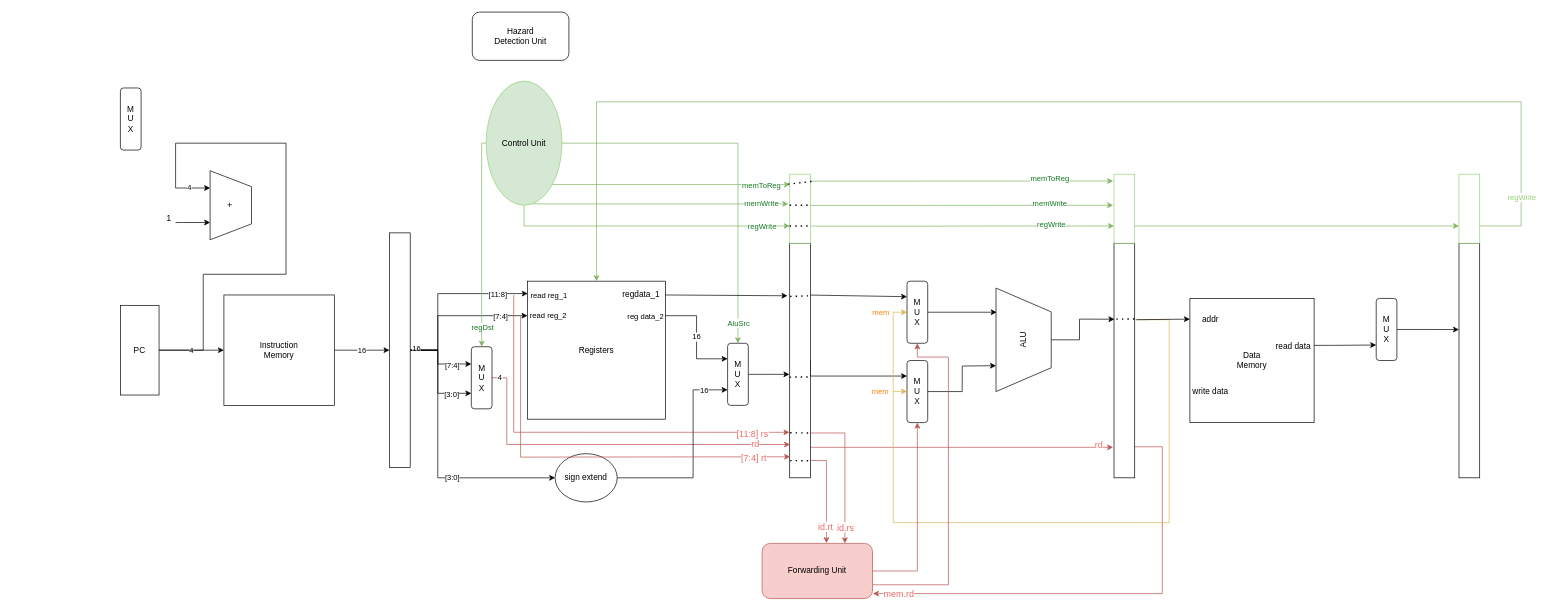
The draw.io diagram Untitled Diagram.drawio in PeitingXie/COMP3211-project, before the edit. Source tidied: cells renumbered, new cells numbered last; positions are measured from the earlier drawing's top-left corner, leaving out a move shared by most shapes. Both pictures are drawn from the tidied source at 69%, with x=0, y=0 at pixel (120, 12).
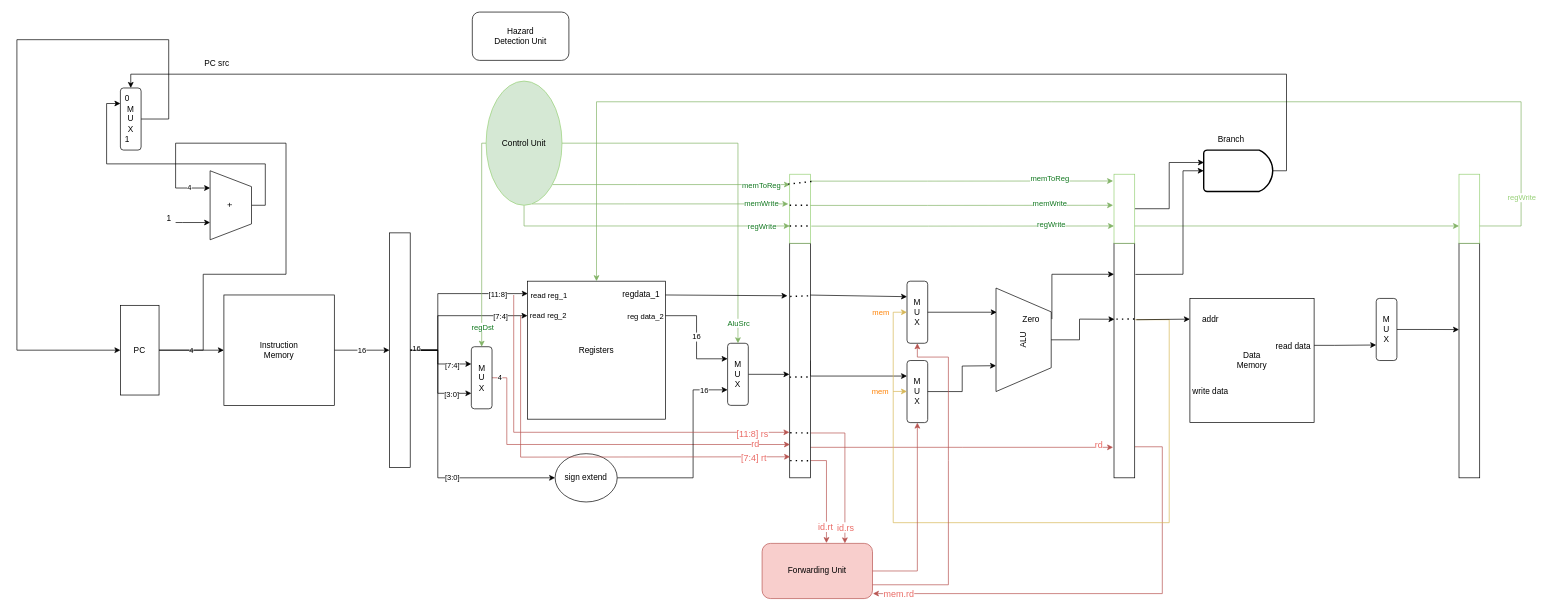
The same diagram, later.

Unchanged cells that the change refers to:
```xml
<mxCell id="7" value="PC" style="rounded=0;whiteSpace=wrap;html=1;" parent="1" vertex="1">
  <mxGeometry y="425" width="56" height="130" as="geometry" />
</mxCell>
<mxCell id="35" value="+" style="verticalLabelPosition=middle;verticalAlign=middle;html=1;shape=trapezoid;perimeter=trapezoidPerimeter;whiteSpace=wrap;size=0.23;arcSize=10;flipV=1;labelPosition=center;align=center;rotation=-90;" parent="1" vertex="1">
  <mxGeometry x="110" y="250" width="100" height="60" as="geometry" />
</mxCell>
<mxCell id="43" style="rounded=0;whiteSpace=wrap;html=1;" parent="1" vertex="1">
  <mxGeometry x="1440" y="335" width="30" height="340" as="geometry" />
</mxCell>
<mxCell id="66" value="M&lt;br&gt;U&lt;br&gt;X" style="rounded=1;whiteSpace=wrap;html=1;" parent="1" vertex="1">
  <mxGeometry y="110" width="30" height="90" as="geometry" />
</mxCell>
<mxCell id="75" style="rounded=0;whiteSpace=wrap;html=1;shadow=0;fontColor=#11781F;strokeColor=#97D077;" parent="1" vertex="1">
  <mxGeometry x="1440" y="235" width="30" height="100" as="geometry" />
</mxCell>
```

Diff of the diagram source:
```diff
@@
+    <mxCell id="108" style="edgeStyle=orthogonalEdgeStyle;rounded=0;jettySize=auto;html=1;exitX=0.5;exitY=1;exitDx=0;exitDy=0;entryX=0;entryY=0.25;entryDx=0;entryDy=0;" parent="1" edge="1" source="35" target="66">
+      <mxGeometry relative="1" as="geometry">
+        <Array as="points">
+          <mxPoint x="210" y="280" />
+          <mxPoint x="210" y="220" />
+          <mxPoint x="-20" y="220" />
+          <mxPoint x="-20" y="132" />
+        </Array>
+      </mxGeometry>
+    </mxCell>
@@
+    <mxCell id="109" style="edgeStyle=orthogonalEdgeStyle;rounded=0;jettySize=auto;html=1;exitX=1;exitY=0.5;exitDx=0;exitDy=0;entryX=0;entryY=0.5;entryDx=0;entryDy=0;" parent="1" edge="1" source="66" target="7">
+      <mxGeometry relative="1" as="geometry">
+        <Array as="points">
+          <mxPoint x="70" y="155" />
+          <mxPoint x="70" y="40" />
+          <mxPoint x="-150" y="40" />
+          <mxPoint x="-150" y="490" />
+        </Array>
+      </mxGeometry>
+    </mxCell>
@@
+    <mxCell id="110" style="edgeStyle=orthogonalEdgeStyle;rounded=0;jettySize=auto;html=1;exitX=1;exitY=0.5;exitDx=0;exitDy=0;entryX=0.004;entryY=0.3;entryDx=0;entryDy=0;entryPerimeter=0;" parent="1" edge="1" source="75" target="112">
+      <mxGeometry relative="1" as="geometry" />
+    </mxCell>
@@
+    <mxCell id="111" style="edgeStyle=orthogonalEdgeStyle;rounded=0;jettySize=auto;html=1;exitX=1;exitY=0.5;exitDx=0;exitDy=0;exitPerimeter=0;entryX=0.5;entryY=0;entryDx=0;entryDy=0;" parent="1" edge="1" source="112" target="66">
+      <mxGeometry relative="1" as="geometry" />
+    </mxCell>
@@
+    <mxCell id="112" style="strokeWidth=2;html=1;shape=mxgraph.flowchart.delay;whiteSpace=wrap;" parent="1" vertex="1">
+      <mxGeometry x="1570" y="200" width="100" height="60" as="geometry" />
+    </mxCell>
+    <mxCell id="113" style="edgeStyle=orthogonalEdgeStyle;rounded=0;jettySize=auto;html=1;exitX=1;exitY=0.5;exitDx=0;exitDy=0;" parent="1" edge="1" source="114">
+      <mxGeometry relative="1" as="geometry">
+        <mxPoint x="1440" y="380" as="targetPoint" />
+        <Array as="points">
+          <mxPoint x="1350" y="380" />
+        </Array>
+      </mxGeometry>
+    </mxCell>
+    <mxCell id="114" value="Zero" style="text;html=1;strokeColor=none;fillColor=none;align=center;verticalAlign=middle;whiteSpace=wrap;rounded=0;" parent="1" vertex="1">
+      <mxGeometry x="1290" y="430" width="60" height="30" as="geometry" />
+    </mxCell>
+    <mxCell id="115" style="endArrow=classic;html=1;rounded=0;entryX=0;entryY=0.5;entryDx=0;entryDy=0;entryPerimeter=0;exitX=1.033;exitY=0.133;exitDx=0;exitDy=0;exitPerimeter=0;" parent="1" edge="1" source="43" target="112">
+      <mxGeometry relative="1" as="geometry">
+        <Array as="points">
+          <mxPoint x="1540" y="380" />
+          <mxPoint x="1540" y="230" />
+        </Array>
+      </mxGeometry>
+    </mxCell>
+    <mxCell id="116" value="1" style="text;html=1;strokeColor=none;fillColor=none;align=center;verticalAlign=middle;whiteSpace=wrap;rounded=0;" parent="1" vertex="1">
+      <mxGeometry x="-20" y="170" width="60" height="30" as="geometry" />
+    </mxCell>
+    <mxCell id="117" value="0" style="text;html=1;strokeColor=none;fillColor=none;align=center;verticalAlign=middle;whiteSpace=wrap;rounded=0;" parent="1" vertex="1">
+      <mxGeometry x="-20" y="110" width="60" height="30" as="geometry" />
+    </mxCell>
+    <mxCell id="118" value="Branch" style="text;html=1;strokeColor=none;fillColor=none;align=center;verticalAlign=middle;whiteSpace=wrap;rounded=0;" parent="1" vertex="1">
+      <mxGeometry x="1580" y="170" width="60" height="30" as="geometry" />
+    </mxCell>
+    <mxCell id="119" value="PC src" style="text;html=1;strokeColor=none;fillColor=none;align=center;verticalAlign=middle;whiteSpace=wrap;rounded=0;" parent="1" vertex="1">
+      <mxGeometry x="110" y="60" width="60" height="30" as="geometry" />
+    </mxCell>
```
